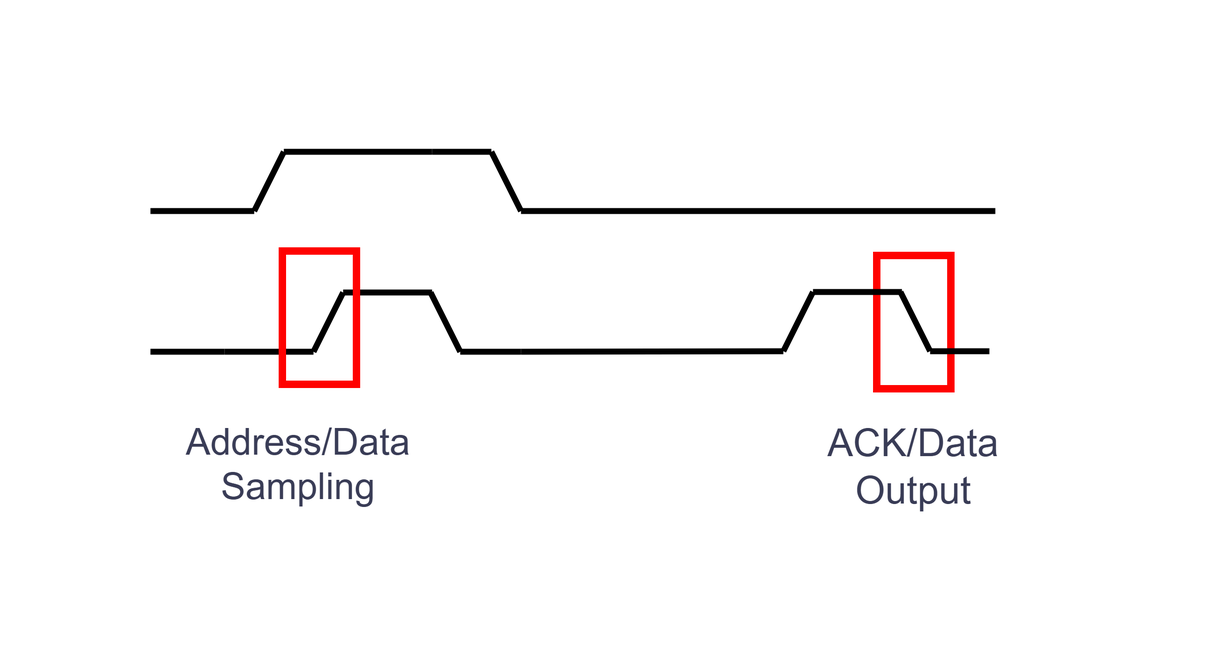
taeseong-dev/i2c-spi-rtl-design keeps this draw.io diagram as images/i2c_slave_edge.png. Above is the earlier version. Source tidied: cells renumbered, new cells last; positions are measured from the earlier drawing's top-left corner, leaving out a move shared by most shapes. Its diagram source:
```xml
<mxGraphModel>
  <root>
    <mxCell id="0" />
    <mxCell id="1" parent="0" />
    <mxCell id="2" style="endArrow=none;html=1;rounded=0;strokeWidth=4;" parent="1" edge="1">
      <mxGeometry relative="1" as="geometry">
        <mxPoint y="40" as="sourcePoint" />
        <mxPoint x="70" y="40" as="targetPoint" />
      </mxGeometry>
    </mxCell>
    <mxCell id="3" style="endArrow=none;html=1;rounded=0;strokeWidth=4;" parent="1" edge="1">
      <mxGeometry relative="1" as="geometry">
        <mxPoint y="135" as="sourcePoint" />
        <mxPoint x="50" y="135" as="targetPoint" />
      </mxGeometry>
    </mxCell>
    <mxCell id="4" style="endArrow=none;html=1;rounded=0;strokeWidth=4;" parent="1" edge="1">
      <mxGeometry relative="1" as="geometry">
        <mxPoint x="70" y="40" as="sourcePoint" />
        <mxPoint x="90" as="targetPoint" />
      </mxGeometry>
    </mxCell>
    <mxCell id="5" style="endArrow=none;html=1;rounded=0;strokeWidth=4;" parent="1" edge="1">
      <mxGeometry relative="1" as="geometry">
        <mxPoint x="90" as="sourcePoint" />
        <mxPoint x="190" as="targetPoint" />
      </mxGeometry>
    </mxCell>
    <mxCell id="6" style="endArrow=none;html=1;rounded=0;strokeWidth=4;" parent="1" edge="1">
      <mxGeometry relative="1" as="geometry">
        <mxPoint x="130" y="95" as="sourcePoint" />
        <mxPoint x="110" y="135" as="targetPoint" />
      </mxGeometry>
    </mxCell>
    <mxCell id="7" style="endArrow=none;html=1;rounded=0;strokeWidth=4;" parent="1" edge="1">
      <mxGeometry relative="1" as="geometry">
        <mxPoint x="130" y="95" as="sourcePoint" />
        <mxPoint x="190" y="95" as="targetPoint" />
      </mxGeometry>
    </mxCell>
    <mxCell id="8" style="endArrow=none;html=1;rounded=0;strokeWidth=4;" parent="1" edge="1">
      <mxGeometry relative="1" as="geometry">
        <mxPoint x="190" as="sourcePoint" />
        <mxPoint x="230" as="targetPoint" />
      </mxGeometry>
    </mxCell>
    <mxCell id="9" style="endArrow=none;html=1;rounded=0;strokeWidth=4;" parent="1" edge="1">
      <mxGeometry relative="1" as="geometry">
        <mxPoint x="50" y="135" as="sourcePoint" />
        <mxPoint x="110" y="135" as="targetPoint" />
      </mxGeometry>
    </mxCell>
    <mxCell id="10" style="endArrow=none;html=1;rounded=0;strokeWidth=4;" parent="1" edge="1">
      <mxGeometry relative="1" as="geometry">
        <mxPoint x="209" y="135" as="sourcePoint" />
        <mxPoint x="189" y="95" as="targetPoint" />
      </mxGeometry>
    </mxCell>
    <mxCell id="11" style="endArrow=none;html=1;rounded=0;strokeWidth=4;" parent="1" edge="1">
      <mxGeometry relative="1" as="geometry">
        <mxPoint x="209" y="135" as="sourcePoint" />
        <mxPoint x="250" y="135" as="targetPoint" />
      </mxGeometry>
    </mxCell>
    <mxCell id="12" style="endArrow=none;html=1;rounded=0;strokeWidth=4;" parent="1" edge="1">
      <mxGeometry relative="1" as="geometry">
        <mxPoint x="250" y="40" as="sourcePoint" />
        <mxPoint x="230" as="targetPoint" />
      </mxGeometry>
    </mxCell>
    <mxCell id="13" style="endArrow=none;html=1;rounded=0;strokeWidth=4;" parent="1" edge="1">
      <mxGeometry relative="1" as="geometry">
        <mxPoint x="250" y="40" as="sourcePoint" />
        <mxPoint x="570" y="40" as="targetPoint" />
      </mxGeometry>
    </mxCell>
    <mxCell id="14" value="&lt;div&gt;Address/Data Sampling&lt;/div&gt;" style="text;html=1;whiteSpace=wrap;strokeColor=none;fillColor=none;align=center;verticalAlign=middle;rounded=0;fontColor=#393C56;fontSize=25;" parent="1" vertex="1">
      <mxGeometry y="180" width="200" height="60" as="geometry" />
    </mxCell>
    <mxCell id="15" style="rounded=0;whiteSpace=wrap;html=1;fillColor=none;strokeColor=#FF0200;strokeWidth=5;" parent="1" vertex="1">
      <mxGeometry x="89" y="67" width="50" height="90" as="geometry" />
    </mxCell>
    <mxCell id="16" style="rounded=0;whiteSpace=wrap;html=1;fillColor=none;strokeColor=#FF0200;strokeWidth=5;" parent="1" vertex="1">
      <mxGeometry x="490" y="70" width="50" height="90" as="geometry" />
    </mxCell>
    <mxCell id="17" style="endArrow=none;html=1;rounded=0;strokeWidth=4;" parent="1" edge="1">
      <mxGeometry relative="1" as="geometry">
        <mxPoint x="447" y="94.6" as="sourcePoint" />
        <mxPoint x="427" y="134.6" as="targetPoint" />
      </mxGeometry>
    </mxCell>
    <mxCell id="18" style="endArrow=none;html=1;rounded=0;strokeWidth=4;" parent="1" edge="1">
      <mxGeometry relative="1" as="geometry">
        <mxPoint x="447" y="94.6" as="sourcePoint" />
        <mxPoint x="507" y="94.6" as="targetPoint" />
      </mxGeometry>
    </mxCell>
    <mxCell id="19" style="endArrow=none;html=1;rounded=0;strokeWidth=4;" parent="1" edge="1">
      <mxGeometry relative="1" as="geometry">
        <mxPoint x="250" y="135" as="sourcePoint" />
        <mxPoint x="427" y="134.6" as="targetPoint" />
      </mxGeometry>
    </mxCell>
    <mxCell id="20" style="endArrow=none;html=1;rounded=0;strokeWidth=4;" parent="1" edge="1">
      <mxGeometry relative="1" as="geometry">
        <mxPoint x="526" y="134.6" as="sourcePoint" />
        <mxPoint x="506" y="94.6" as="targetPoint" />
      </mxGeometry>
    </mxCell>
    <mxCell id="21" style="endArrow=none;html=1;rounded=0;strokeWidth=4;" parent="1" edge="1">
      <mxGeometry relative="1" as="geometry">
        <mxPoint x="526" y="134.6" as="sourcePoint" />
        <mxPoint x="566" y="134.6" as="targetPoint" />
      </mxGeometry>
    </mxCell>
    <mxCell id="22" value="&lt;div&gt;ACK/Data Output&lt;/div&gt;" style="text;html=1;whiteSpace=wrap;strokeColor=none;fillColor=none;align=center;verticalAlign=middle;rounded=0;fontColor=#393C56;fontSize=26;" parent="1" vertex="1">
      <mxGeometry x="415" y="183" width="200" height="60" as="geometry" />
    </mxCell>
  </root>
</mxGraphModel>
```
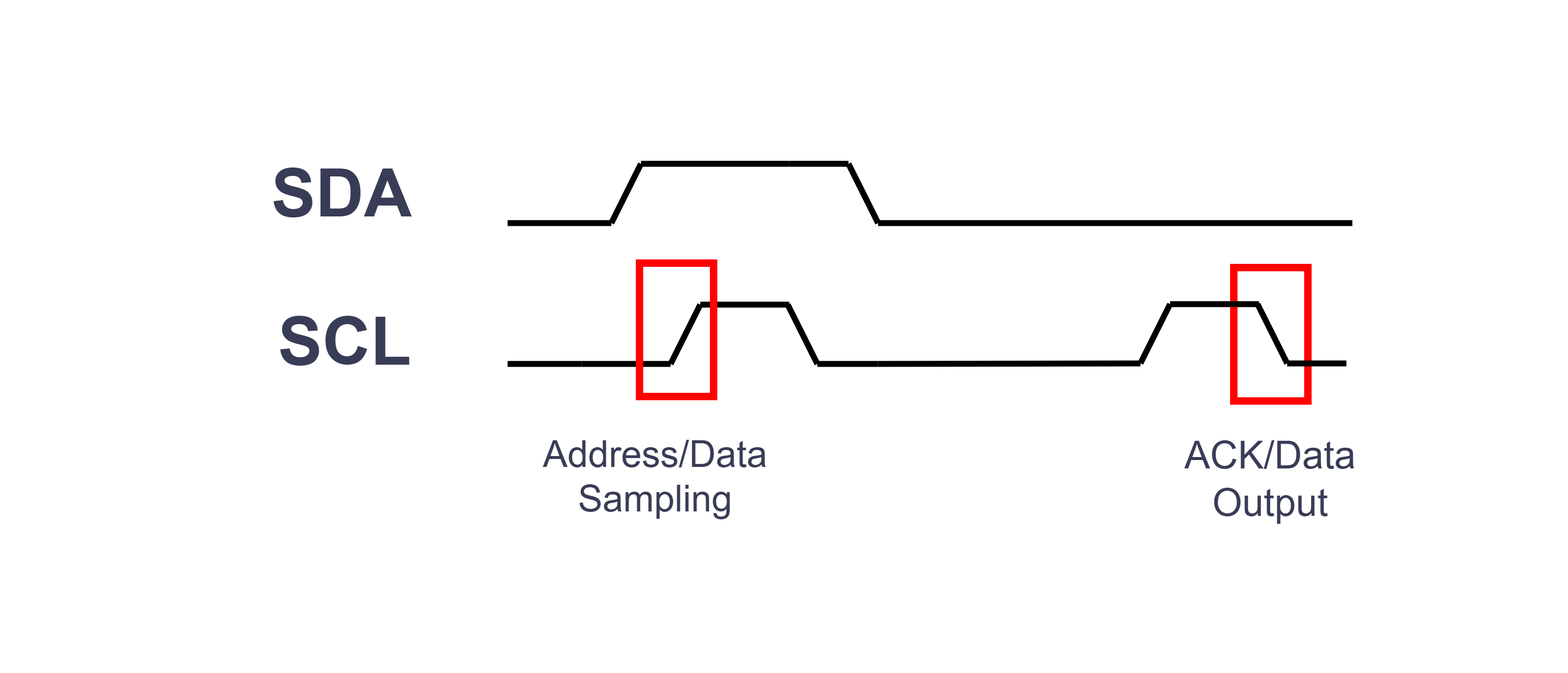
After the commit.

Diff of the diagram source:
```diff
@@ -77,44 +77,50 @@
     <mxCell id="14" value="&lt;div&gt;Address/Data Sampling&lt;/div&gt;" style="text;html=1;whiteSpace=wrap;strokeColor=none;fillColor=none;align=center;verticalAlign=middle;rounded=0;fontColor=#393C56;fontSize=25;" parent="1" vertex="1">
       <mxGeometry y="180" width="200" height="60" as="geometry" />
     </mxCell>
-    <mxCell id="15" style="rounded=0;whiteSpace=wrap;html=1;fillColor=none;strokeColor=#FF0200;strokeWidth=5;" parent="1" vertex="1">
-      <mxGeometry x="89" y="67" width="50" height="90" as="geometry" />
+    <mxCell id="15" value="SCL" style="text;html=1;whiteSpace=wrap;strokeColor=none;fillColor=none;align=center;verticalAlign=middle;rounded=0;fontColor=#393C56;fontSize=45;fontStyle=1;" parent="1" vertex="1">
+      <mxGeometry x="-240.5" y="90" width="261" height="60" as="geometry" />
     </mxCell>
-    <mxCell id="16" style="rounded=0;whiteSpace=wrap;html=1;fillColor=none;strokeColor=#FF0200;strokeWidth=5;" parent="1" vertex="1">
-      <mxGeometry x="490" y="70" width="50" height="90" as="geometry" />
+    <mxCell id="16" value="SDA" style="text;html=1;whiteSpace=wrap;strokeColor=none;fillColor=none;align=center;verticalAlign=middle;rounded=0;fontColor=#393C56;fontSize=45;fontStyle=1;" parent="1" vertex="1">
+      <mxGeometry x="-242" y="-10" width="261" height="60" as="geometry" />
     </mxCell>
-    <mxCell id="17" style="endArrow=none;html=1;rounded=0;strokeWidth=4;" parent="1" edge="1">
-      <mxGeometry relative="1" as="geometry">
-        <mxPoint x="447" y="94.6" as="sourcePoint" />
-        <mxPoint x="427" y="134.6" as="targetPoint" />
-      </mxGeometry>
+    <mxCell id="17" style="rounded=0;whiteSpace=wrap;html=1;fillColor=none;strokeColor=#FF0200;strokeWidth=5;" parent="1" vertex="1">
+      <mxGeometry x="89" y="67" width="50" height="90" as="geometry" />
     </mxCell>
-    <mxCell id="18" style="endArrow=none;html=1;rounded=0;strokeWidth=4;" parent="1" edge="1">
-      <mxGeometry relative="1" as="geometry">
-        <mxPoint x="447" y="94.6" as="sourcePoint" />
-        <mxPoint x="507" y="94.6" as="targetPoint" />
-      </mxGeometry>
+    <mxCell id="18" style="rounded=0;whiteSpace=wrap;html=1;fillColor=none;strokeColor=#FF0200;strokeWidth=5;" parent="1" vertex="1">
+      <mxGeometry x="490" y="70" width="50" height="90" as="geometry" />
     </mxCell>
     <mxCell id="19" style="endArrow=none;html=1;rounded=0;strokeWidth=4;" parent="1" edge="1">
       <mxGeometry relative="1" as="geometry">
-        <mxPoint x="250" y="135" as="sourcePoint" />
+        <mxPoint x="447" y="94.6" as="sourcePoint" />
         <mxPoint x="427" y="134.6" as="targetPoint" />
       </mxGeometry>
     </mxCell>
     <mxCell id="20" style="endArrow=none;html=1;rounded=0;strokeWidth=4;" parent="1" edge="1">
       <mxGeometry relative="1" as="geometry">
-        <mxPoint x="526" y="134.6" as="sourcePoint" />
-        <mxPoint x="506" y="94.6" as="targetPoint" />
+        <mxPoint x="447" y="94.6" as="sourcePoint" />
+        <mxPoint x="507" y="94.6" as="targetPoint" />
       </mxGeometry>
     </mxCell>
     <mxCell id="21" style="endArrow=none;html=1;rounded=0;strokeWidth=4;" parent="1" edge="1">
       <mxGeometry relative="1" as="geometry">
-        <mxPoint x="526" y="134.6" as="sourcePoint" />
-        <mxPoint x="566" y="134.6" as="targetPoint" />
+        <mxPoint x="250" y="135" as="sourcePoint" />
+        <mxPoint x="427" y="134.6" as="targetPoint" />
       </mxGeometry>
     </mxCell>
-    <mxCell id="22" value="&lt;div&gt;ACK/Data Output&lt;/div&gt;" style="text;html=1;whiteSpace=wrap;strokeColor=none;fillColor=none;align=center;verticalAlign=middle;rounded=0;fontColor=#393C56;fontSize=26;" parent="1" vertex="1">
-      <mxGeometry x="415" y="183" width="200" height="60" as="geometry" />
+    <mxCell id="22" style="endArrow=none;html=1;rounded=0;strokeWidth=4;" parent="1" edge="1">
+      <mxGeometry relative="1" as="geometry">
+        <mxPoint x="526" y="134.6" as="sourcePoint" />
+        <mxPoint x="506" y="94.6" as="targetPoint" />
+      </mxGeometry>
     </mxCell>
+    <mxCell id="23" style="endArrow=none;html=1;rounded=0;strokeWidth=4;" parent="1" edge="1">
+      <mxGeometry relative="1" as="geometry">
+        <mxPoint x="526" y="134.6" as="sourcePoint" />
+        <mxPoint x="566" y="134.6" as="targetPoint" />
+      </mxGeometry>
+    </mxCell>
+    <mxCell id="24" value="&lt;div&gt;ACK/Data Output&lt;/div&gt;" style="text;html=1;whiteSpace=wrap;strokeColor=none;fillColor=none;align=center;verticalAlign=middle;rounded=0;fontColor=#393C56;fontSize=26;" parent="1" vertex="1">
+      <mxGeometry x="415" y="183" width="200" height="60" as="geometry" />
+    </mxCell>
   </root>
 </mxGraphModel>
```
